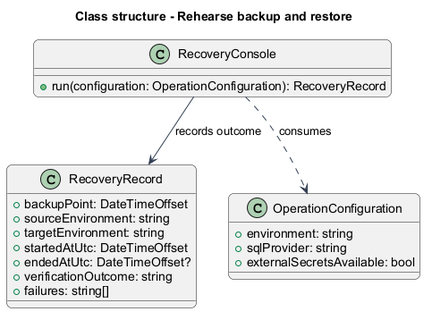
This is docs/detailed-designs/operations/restore-data/diagrams/class-structure.png from QuinntyneBrown/mission-control, a PlantUML export, as it was before one commit. Source of this version:
```plantuml
@startuml
skinparam backgroundColor #FFFFFF
skinparam shadowing false
skinparam roundcorner 12
skinparam defaultFontName Arial
skinparam ArrowColor #344054
skinparam rectangle {
  BorderColor #344054
  FontColor #101828
}
skinparam package {
  BorderColor #667085
  FontColor #101828
  BackgroundColor #F9FAFB
}
title Class structure - Rehearse backup and restore
class RecoveryRecord {
  +backupPoint: DateTimeOffset
  +sourceEnvironment: string
  +targetEnvironment: string
  +startedAtUtc: DateTimeOffset
  +endedAtUtc: DateTimeOffset?
  +verificationOutcome: string
  +failures: string[]
}
class RecoveryConsole {
  +run(configuration: OperationConfiguration): RecoveryRecord
}
class OperationConfiguration {
  +environment: string
  +sqlProvider: string
  +externalSecretsAvailable: bool
}
RecoveryConsole ..> OperationConfiguration : consumes
RecoveryConsole --> RecoveryRecord : records outcome
@enduml
```
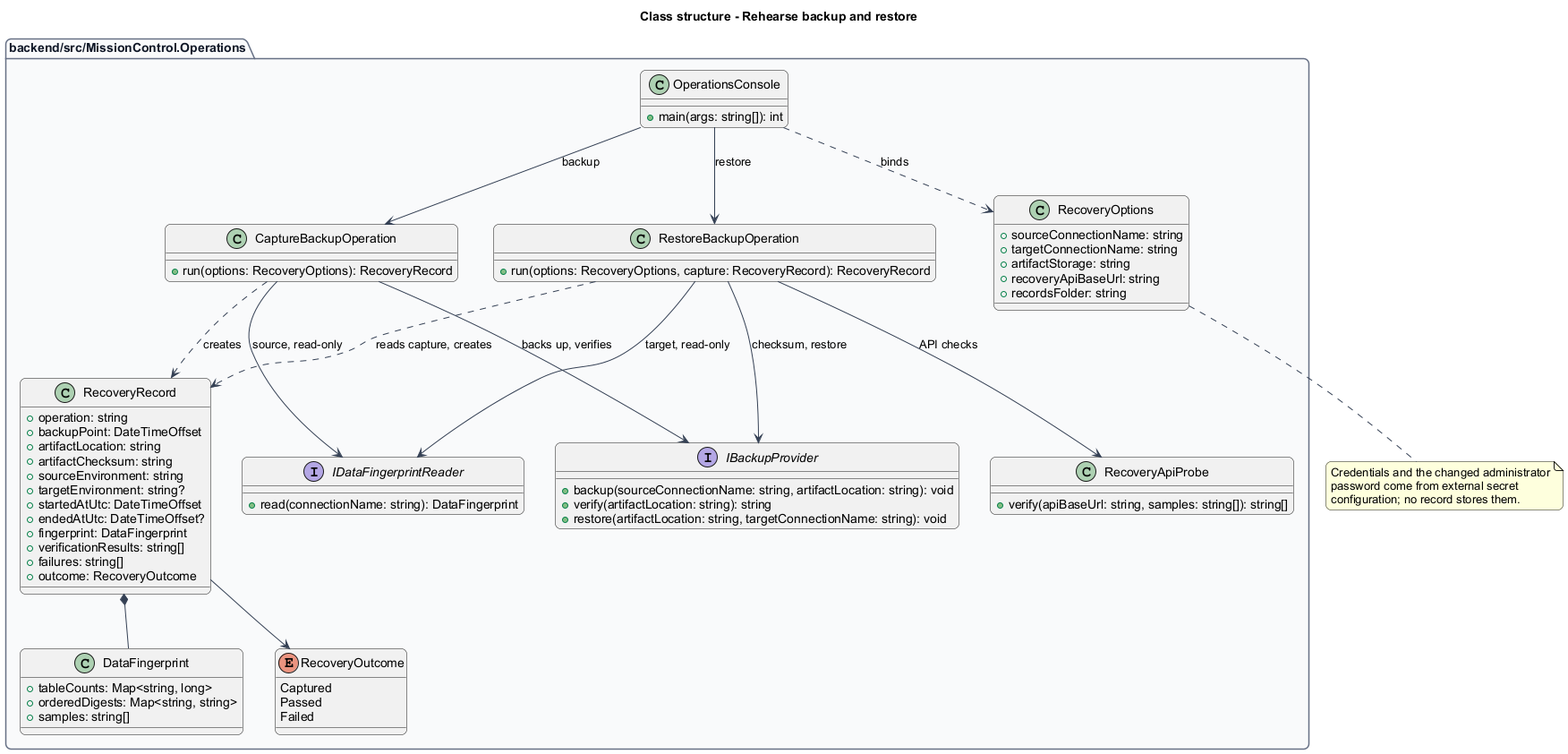
After the commit.

What changed in the source:
```diff
@@ -13,24 +13,76 @@
   FontColor #101828
   BackgroundColor #F9FAFB
 }
+set separator none
 title Class structure - Rehearse backup and restore
-class RecoveryRecord {
-  +backupPoint: DateTimeOffset
-  +sourceEnvironment: string
-  +targetEnvironment: string
-  +startedAtUtc: DateTimeOffset
-  +endedAtUtc: DateTimeOffset?
-  +verificationOutcome: string
-  +failures: string[]
+package "backend/src/MissionControl.Operations" {
+  class OperationsConsole {
+    +main(args: string[]): int
+  }
+  class CaptureBackupOperation {
+    +run(options: RecoveryOptions): RecoveryRecord
+  }
+  class RestoreBackupOperation {
+    +run(options: RecoveryOptions, capture: RecoveryRecord): RecoveryRecord
+  }
+  interface IBackupProvider {
+    +backup(sourceConnectionName: string, artifactLocation: string): void
+    +verify(artifactLocation: string): string
+    +restore(artifactLocation: string, targetConnectionName: string): void
+  }
+  interface IDataFingerprintReader {
+    +read(connectionName: string): DataFingerprint
+  }
+  class RecoveryApiProbe {
+    +verify(apiBaseUrl: string, samples: string[]): string[]
+  }
+  class RecoveryOptions {
+    +sourceConnectionName: string
+    +targetConnectionName: string
+    +artifactStorage: string
+    +recoveryApiBaseUrl: string
+    +recordsFolder: string
+  }
+  class RecoveryRecord {
+    +operation: string
+    +backupPoint: DateTimeOffset
+    +artifactLocation: string
+    +artifactChecksum: string
+    +sourceEnvironment: string
+    +targetEnvironment: string?
+    +startedAtUtc: DateTimeOffset
+    +endedAtUtc: DateTimeOffset?
+    +fingerprint: DataFingerprint
+    +verificationResults: string[]
+    +failures: string[]
+    +outcome: RecoveryOutcome
+  }
+  class DataFingerprint {
+    +tableCounts: Map<string, long>
+    +orderedDigests: Map<string, string>
+    +samples: string[]
+  }
+  enum RecoveryOutcome {
+    Captured
+    Passed
+    Failed
+  }
 }
-class RecoveryConsole {
-  +run(configuration: OperationConfiguration): RecoveryRecord
-}
-class OperationConfiguration {
-  +environment: string
-  +sqlProvider: string
-  +externalSecretsAvailable: bool
-}
-RecoveryConsole ..> OperationConfiguration : consumes
-RecoveryConsole --> RecoveryRecord : records outcome
+note bottom of RecoveryOptions
+Credentials and the changed administrator
+password come from external secret
+configuration; no record stores them.
+end note
+OperationsConsole ..> RecoveryOptions : binds
+OperationsConsole --> CaptureBackupOperation : backup
+OperationsConsole --> RestoreBackupOperation : restore
+CaptureBackupOperation --> IBackupProvider : backs up, verifies
+CaptureBackupOperation --> IDataFingerprintReader : source, read-only
+RestoreBackupOperation --> IBackupProvider : checksum, restore
+RestoreBackupOperation --> IDataFingerprintReader : target, read-only
+RestoreBackupOperation --> RecoveryApiProbe : API checks
+CaptureBackupOperation ..> RecoveryRecord : creates
+RestoreBackupOperation ..> RecoveryRecord : reads capture, creates
+RecoveryRecord *-- DataFingerprint
+RecoveryRecord --> RecoveryOutcome
 @enduml
```
